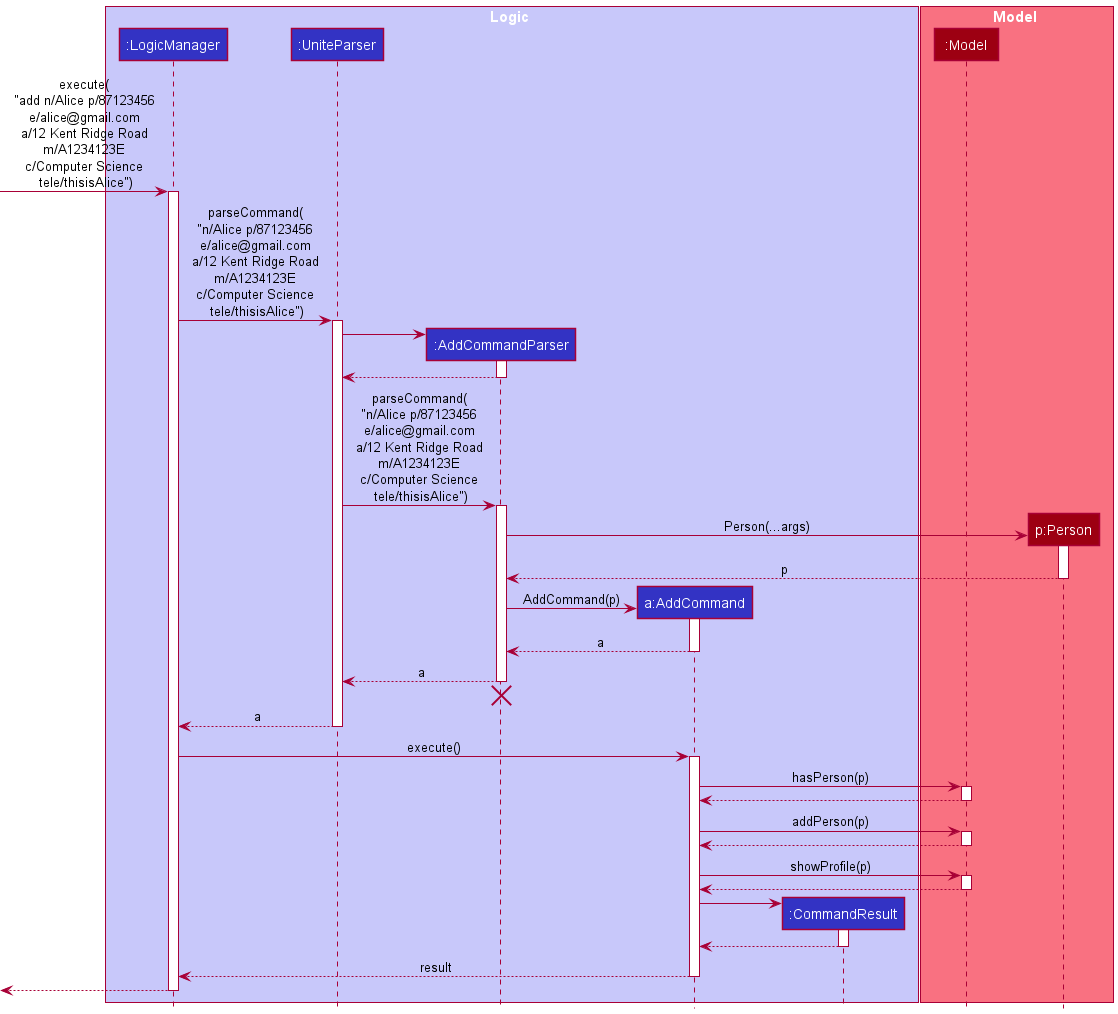
This is docs/images/AddSequenceDiagram.png from nus-cs2103-AY2122S2/tp, a PlantUML export, as it was before one commit. The source it was exported from:
```plantuml
@startuml
!include style.puml

box Logic LOGIC_COLOR_T1
participant ":LogicManager" as LogicManager LOGIC_COLOR
participant ":UniteParser" as UniteParser LOGIC_COLOR
participant ":AddCommandParser" as AddCommandParser LOGIC_COLOR
participant "a:AddCommand" as AddCommand LOGIC_COLOR
participant ":CommandResult" as CommandResult LOGIC_COLOR
end box

box Model MODEL_COLOR_T1
participant ":Model" as Model MODEL_COLOR
participant "p:Person" as Person MODEL_COLOR
end box

[-> LogicManager : execute(\n "add n/Alice p/87123456 \n e/alice@gmail.com \n a/12 Kent Ridge Road \n m/A1234123E \n c/Computer Science \n tele/thisisAlice")
activate LogicManager

LogicManager -> UniteParser : parseCommand(\n "n/Alice p/87123456 \n e/alice@gmail.com \n a/12 Kent Ridge Road \n m/A1234123E \n c/Computer Science \n tele/thisisAlice")
activate UniteParser

create AddCommandParser
UniteParser -> AddCommandParser
activate AddCommandParser

AddCommandParser --> UniteParser
deactivate AddCommandParser

UniteParser -> AddCommandParser : parseCommand(\n "n/Alice p/87123456 \n e/alice@gmail.com \n a/12 Kent Ridge Road \n m/A1234123E \n c/Computer Science \n tele/thisisAlice")
activate AddCommandParser

create Person
AddCommandParser -> Person : Person(...args)
activate Person

Person --> AddCommandParser: p
deactivate Person

create AddCommand
AddCommandParser -> AddCommand: AddCommand(p)
activate AddCommand

AddCommand --> AddCommandParser: a
deactivate AddCommand

AddCommandParser --> UniteParser: a
deactivate AddCommandParser
AddCommandParser -[hidden]-> UniteParser
destroy AddCommandParser

UniteParser --> LogicManager:a
deactivate UniteParser

LogicManager -> AddCommand : execute()
activate AddCommand

AddCommand -> Model : hasPerson(p)
activate Model

Model --> AddCommand :
deactivate Model

AddCommand -> Model : addPerson(p)
activate Model

Model --> AddCommand :
deactivate Model

AddCommand -> Model : showProfile(p)
activate Model

Model --> AddCommand :
deactivate Model

create CommandResult
AddCommand -> CommandResult
activate CommandResult

CommandResult --> AddCommand
deactivate CommandResult

AddCommand --> LogicManager: result
deactivate AddCommand

[<--LogicManager
deactivate LogicManager
@enduml
```
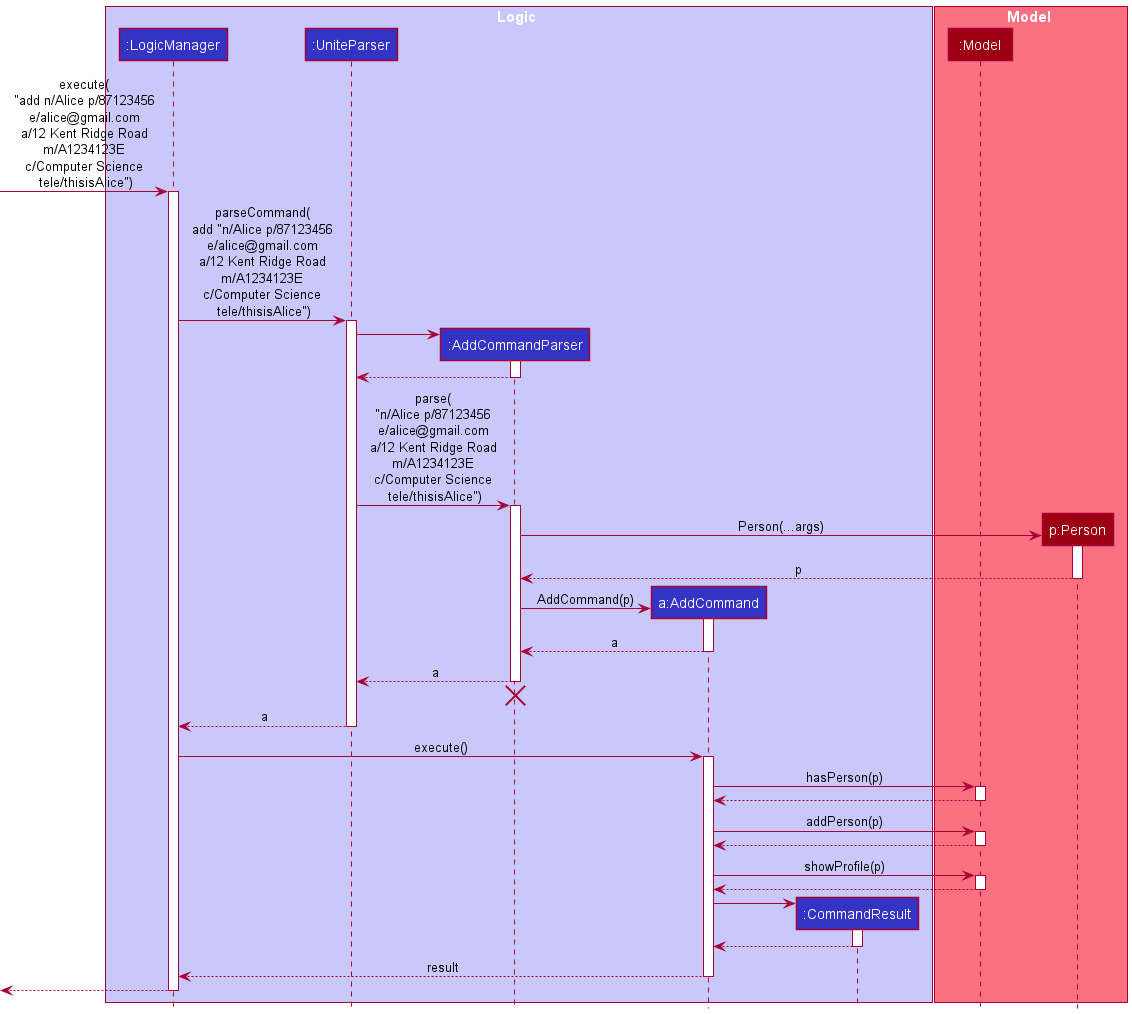
The same diagram one commit later.

The edit, as a diff of the source:
```diff
@@ -17,7 +17,7 @@
 [-> LogicManager : execute(\n "add n/Alice p/87123456 \n e/alice@gmail.com \n a/12 Kent Ridge Road \n m/A1234123E \n c/Computer Science \n tele/thisisAlice")
 activate LogicManager
 
-LogicManager -> UniteParser : parseCommand(\n "n/Alice p/87123456 \n e/alice@gmail.com \n a/12 Kent Ridge Road \n m/A1234123E \n c/Computer Science \n tele/thisisAlice")
+LogicManager -> UniteParser : parseCommand(\n add "n/Alice p/87123456 \n e/alice@gmail.com \n a/12 Kent Ridge Road \n m/A1234123E \n c/Computer Science \n tele/thisisAlice")
 activate UniteParser
 
 create AddCommandParser
@@ -27,7 +27,7 @@
 AddCommandParser --> UniteParser
 deactivate AddCommandParser
 
-UniteParser -> AddCommandParser : parseCommand(\n "n/Alice p/87123456 \n e/alice@gmail.com \n a/12 Kent Ridge Road \n m/A1234123E \n c/Computer Science \n tele/thisisAlice")
+UniteParser -> AddCommandParser : parse(\n "n/Alice p/87123456 \n e/alice@gmail.com \n a/12 Kent Ridge Road \n m/A1234123E \n c/Computer Science \n tele/thisisAlice")
 activate AddCommandParser
 
 create Person
```
